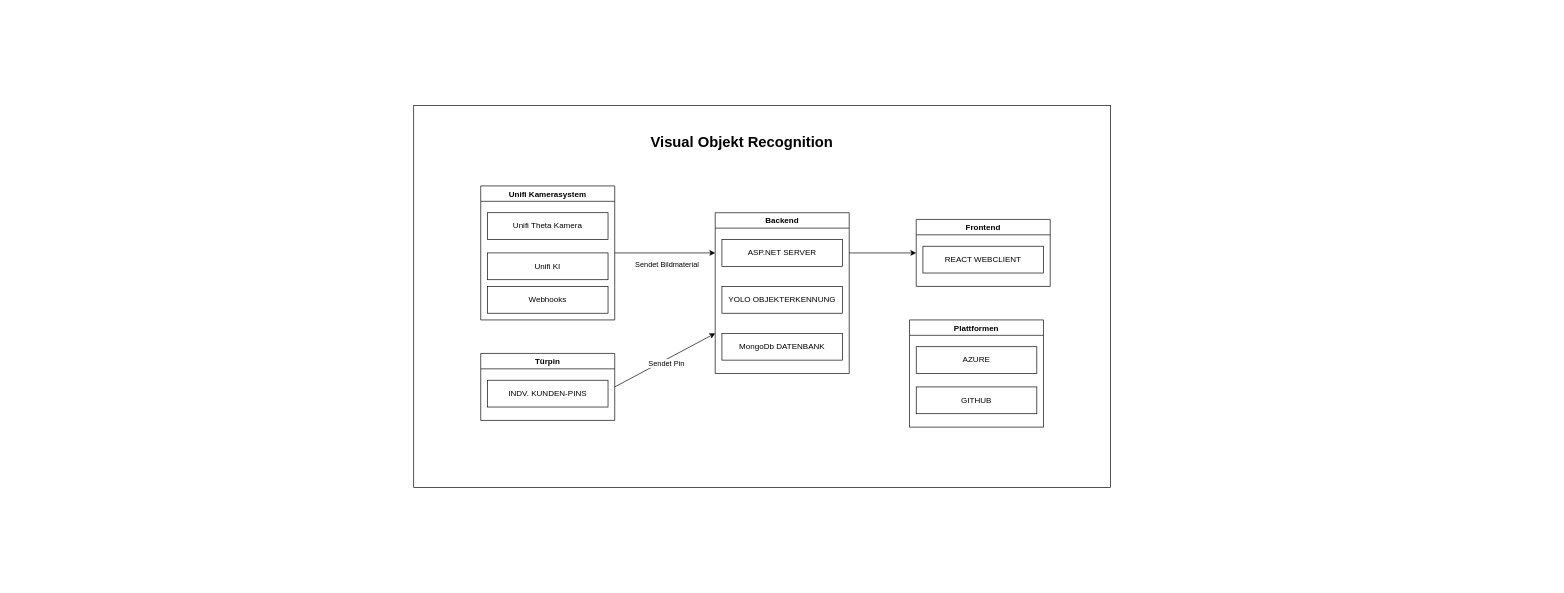
Above: Dokumente/Komponentendiagramm_VisualObjectRecognition.drawio in fabianscharfetter/diplomarbeit (draw.io), before the change. Source tidied: cells renumbered, new cells numbered last; positions are measured from the earlier drawing's top-left corner, leaving out a move shared by most shapes. Both pictures are drawn from the tidied source at 67%, with x=0, y=0 at pixel (413, 105).
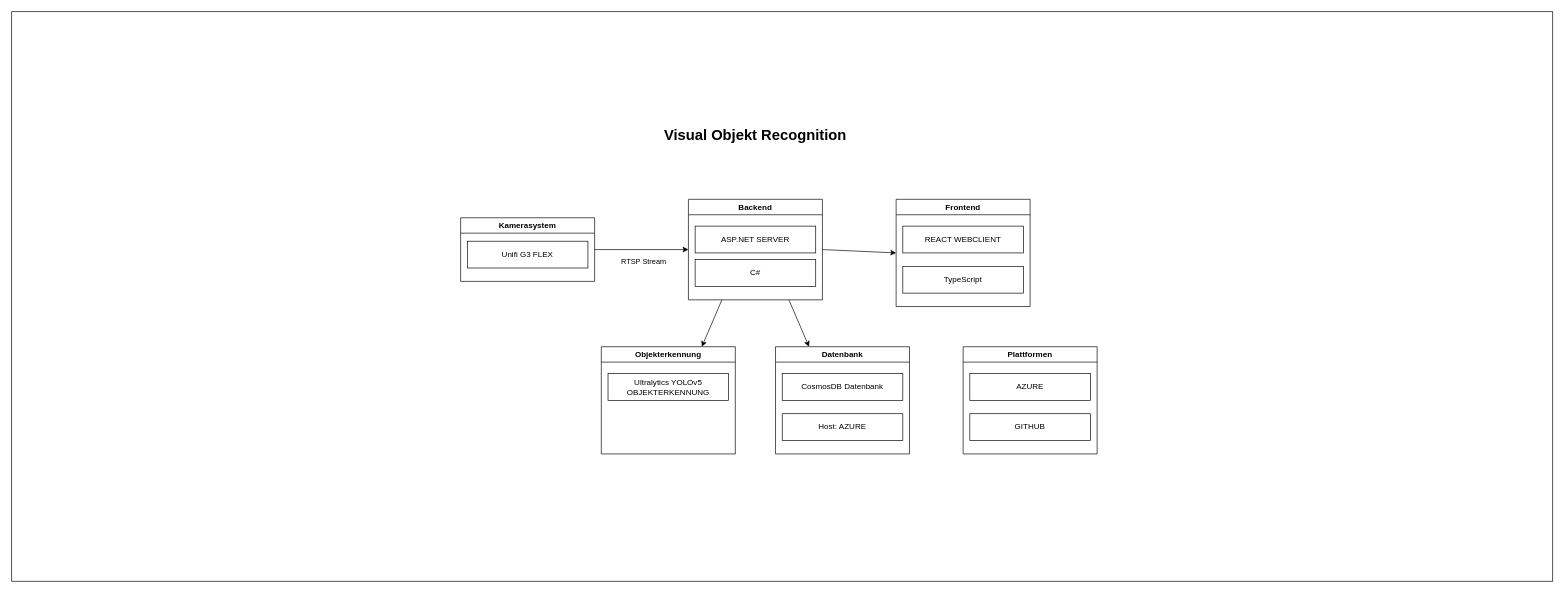
The same page after the edit.

What changed in the source:
```diff
@@
     <mxCell id="2" style="rounded=0;whiteSpace=wrap;html=1;" parent="1" vertex="1">
-      <mxGeometry width="1040" height="570" as="geometry" />
+      <mxGeometry x="-600" y="-140" width="2300" height="850" as="geometry" />
     </mxCell>
     <mxCell id="3" value="Backend" style="swimlane;" parent="1" vertex="1">
-      <mxGeometry x="450" y="160" width="200" height="240" as="geometry" />
+      <mxGeometry x="410" y="140" width="200" height="150" as="geometry" />
     </mxCell>
@@
-    <mxCell id="5" value="YOLO OBJEKTERKENNUNG" style="whiteSpace=wrap;html=1;" parent="3" vertex="1">
-      <mxGeometry x="10" y="110" width="180" height="40" as="geometry" />
-    </mxCell>
-    <mxCell id="6" value="MongoDb DATENBANK" style="whiteSpace=wrap;html=1;" parent="3" vertex="1">
-      <mxGeometry x="10" y="180" width="180" height="40" as="geometry" />
-    </mxCell>
+    <mxCell id="24" value="C#" style="whiteSpace=wrap;html=1;" parent="3" vertex="1">
+      <mxGeometry x="10" y="90" width="180" height="40" as="geometry" />
+    </mxCell>
     <mxCell id="7" value="Frontend" style="swimlane;" parent="1" vertex="1">
-      <mxGeometry x="750" y="170" width="200" height="100" as="geometry" />
+      <mxGeometry x="720" y="140" width="200" height="160" as="geometry" />
     </mxCell>
@@
+    <mxCell id="25" value="TypeScript" style="whiteSpace=wrap;html=1;" parent="7" vertex="1">
+      <mxGeometry x="10" y="100" width="180" height="40" as="geometry" />
+    </mxCell>
-    <mxCell id="9" value="Unifi Kamerasystem" style="swimlane;" parent="1" vertex="1">
-      <mxGeometry x="100" y="120" width="200" height="200" as="geometry" />
+    <mxCell id="9" value="Kamerasystem" style="swimlane;" parent="1" vertex="1">
+      <mxGeometry x="70" y="167.5" width="200" height="95" as="geometry" />
     </mxCell>
-    <mxCell id="10" value="Unifi Theta Kamera" style="whiteSpace=wrap;html=1;" parent="9" vertex="1">
-      <mxGeometry x="10" y="40" width="180" height="40" as="geometry" />
+    <mxCell id="10" value="Unifi G3 FLEX" style="whiteSpace=wrap;html=1;" parent="9" vertex="1">
+      <mxGeometry x="10" y="35" width="180" height="40" as="geometry" />
     </mxCell>
-    <mxCell id="11" value="Unifi KI" style="whiteSpace=wrap;html=1;" parent="9" vertex="1">
-      <mxGeometry x="10" y="100" width="180" height="40" as="geometry" />
-    </mxCell>
-    <mxCell id="12" value="Türpin" style="swimlane;" parent="1" vertex="1">
-      <mxGeometry x="100" y="370" width="200" height="100" as="geometry" />
-    </mxCell>
-    <mxCell id="13" value="INDV. KUNDEN-PINS" style="whiteSpace=wrap;html=1;" parent="12" vertex="1">
-      <mxGeometry x="10" y="40" width="180" height="40" as="geometry" />
-    </mxCell>
-    <mxCell id="14" style="endArrow=classic;html=1;rounded=0;exitX=1;exitY=0.5;exitDx=0;exitDy=0;entryX=0;entryY=0.25;entryDx=0;entryDy=0;" parent="1" edge="1" source="9" target="3">
+    <mxCell id="14" style="endArrow=classic;html=1;rounded=0;exitX=1;exitY=0.5;exitDx=0;exitDy=0;entryX=0;entryY=0.5;entryDx=0;entryDy=0;" parent="1" edge="1" source="9" target="3">
       <mxGeometry relative="1" as="geometry" />
     </mxCell>
-    <mxCell id="15" value="Sendet Bildmaterial" style="edgeLabel;html=1;align=center;verticalAlign=middle;" parent="14" vertex="1">
+    <mxCell id="15" value="RTSP Stream" style="edgeLabel;html=1;align=center;verticalAlign=middle;" parent="14" vertex="1">
       <mxGeometry x="-0.14" y="-2" relative="1" as="geometry">
         <mxPoint x="12" y="15" as="offset" />
       </mxGeometry>
     </mxCell>
-    <mxCell id="16" style="endArrow=classic;html=1;rounded=0;exitX=1;exitY=0.5;exitDx=0;exitDy=0;entryX=0;entryY=0.75;entryDx=0;entryDy=0;" parent="1" edge="1" source="12" target="3">
-      <mxGeometry relative="1" as="geometry" />
-    </mxCell>
-    <mxCell id="17" value="Sendet Pin" style="edgeLabel;html=1;align=center;verticalAlign=middle;" parent="16" vertex="1">
-      <mxGeometry x="0.14" y="-2" relative="1" as="geometry">
-        <mxPoint x="-10" y="8" as="offset" />
-      </mxGeometry>
-    </mxCell>
-    <mxCell id="18" style="endArrow=classic;html=1;rounded=0;" parent="1" edge="1">
-      <mxGeometry relative="1" as="geometry">
-        <mxPoint x="650" y="220" as="sourcePoint" />
-        <mxPoint x="750" y="220" as="targetPoint" />
-      </mxGeometry>
+    <mxCell id="18" style="endArrow=classic;html=1;rounded=0;exitX=1;exitY=0.5;exitDx=0;exitDy=0;entryX=0;entryY=0.5;entryDx=0;entryDy=0;" parent="1" edge="1" source="3" target="7">
+      <mxGeometry relative="1" as="geometry" />
     </mxCell>
     <mxCell id="19" value="Plattformen" style="swimlane;" parent="1" vertex="1">
-      <mxGeometry x="740" y="320" width="200" height="160" as="geometry" />
+      <mxGeometry x="820" y="360" width="200" height="160" as="geometry" />
     </mxCell>
@@
     <mxCell id="22" value="&lt;font style=&quot;font-size: 22px;&quot;&gt;&lt;b&gt;Visual Objekt Recognition&lt;/b&gt;&lt;/font&gt;" style="text;html=1;align=center;verticalAlign=middle;whiteSpace=wrap;rounded=0;" parent="1" vertex="1">
-      <mxGeometry x="350" y="40" width="280" height="30" as="geometry" />
+      <mxGeometry x="370" y="30" width="280" height="30" as="geometry" />
     </mxCell>
-    <mxCell id="23" value="Webhooks" style="whiteSpace=wrap;html=1;" parent="1" vertex="1">
-      <mxGeometry x="110" y="270" width="180" height="40" as="geometry" />
-    </mxCell>
+    <mxCell id="26" value="Datenbank" style="swimlane;" parent="1" vertex="1">
+      <mxGeometry x="540" y="360" width="200" height="160" as="geometry" />
+    </mxCell>
+    <mxCell id="27" value="Host: AZURE" style="whiteSpace=wrap;html=1;" parent="26" vertex="1">
+      <mxGeometry x="10" y="100" width="180" height="40" as="geometry" />
+    </mxCell>
+    <mxCell id="6" value="CosmosDB Datenbank" style="whiteSpace=wrap;html=1;" parent="26" vertex="1">
+      <mxGeometry x="10" y="40" width="180" height="40" as="geometry" />
+    </mxCell>
+    <mxCell id="28" value="Objekterkennung" style="swimlane;" parent="1" vertex="1">
+      <mxGeometry x="280" y="360" width="200" height="160" as="geometry" />
+    </mxCell>
+    <mxCell id="5" value="Ultralytics YOLOv5 OBJEKTERKENNUNG" style="whiteSpace=wrap;html=1;" parent="28" vertex="1">
+      <mxGeometry x="10" y="40" width="180" height="40" as="geometry" />
+    </mxCell>
+    <mxCell id="29" style="endArrow=classic;html=1;rounded=0;exitX=0.75;exitY=1;exitDx=0;exitDy=0;entryX=0.25;entryY=0;entryDx=0;entryDy=0;" parent="1" edge="1" source="3" target="26">
+      <mxGeometry relative="1" as="geometry" />
+    </mxCell>
+    <mxCell id="30" style="endArrow=classic;html=1;rounded=0;exitX=0.25;exitY=1;exitDx=0;exitDy=0;entryX=0.75;entryY=0;entryDx=0;entryDy=0;" parent="1" edge="1" source="3" target="28">
+      <mxGeometry relative="1" as="geometry" />
+    </mxCell>
```
